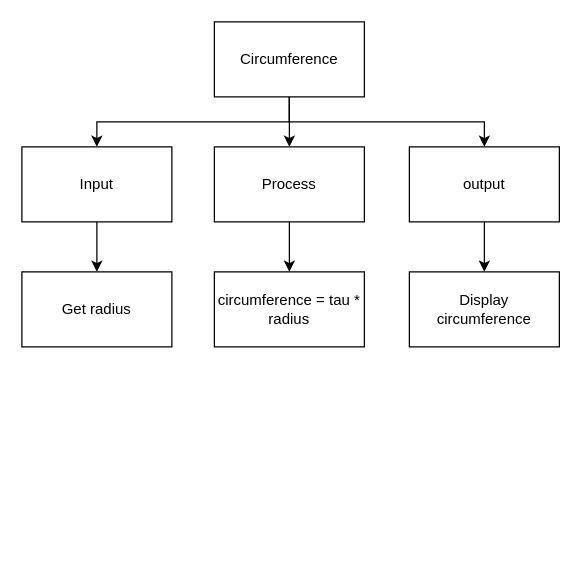
This is page "Top Down" (1 of 2) of design.drawio from Samuel-Webster-178/ICS3U-Unit2-Unit2-04-Python, a draw.io file, before an edit. Source tidied: cells renumbered, new cells numbered last; positions are measured from the earlier drawing's top-left corner, leaving out a move shared by most shapes. Both pictures are drawn from the tidied source at 125%, with x=0, y=0 at pixel (21, 21).
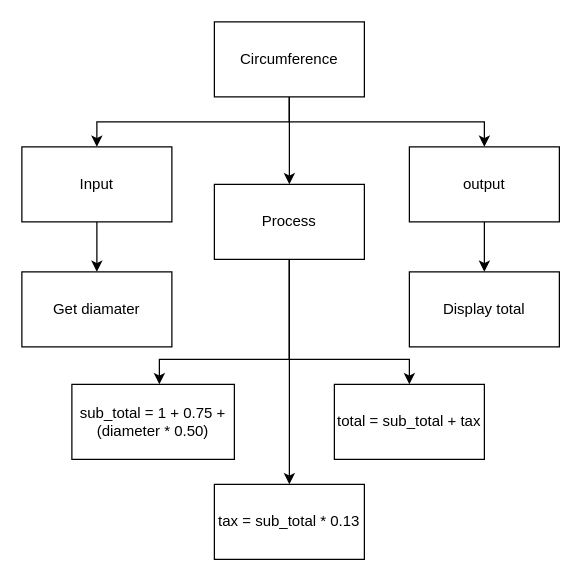
The same diagram, later.

The edit, as a diff of the source:
```diff
@@
     <mxCell id="8" style="edgeStyle=orthogonalEdgeStyle;rounded=0;html=1;" parent="1" edge="1" source="9" target="13">
-      <mxGeometry relative="1" as="geometry" />
+      <mxGeometry relative="1" as="geometry">
+        <Array as="points">
+          <mxPoint x="214" y="270" />
+          <mxPoint x="110" y="270" />
+        </Array>
+      </mxGeometry>
     </mxCell>
+    <mxCell id="15" style="edgeStyle=orthogonalEdgeStyle;html=1;entryX=0.5;entryY=0;entryDx=0;entryDy=0;rounded=0;" parent="1" edge="1" source="9" target="17">
+      <mxGeometry relative="1" as="geometry">
+        <Array as="points">
+          <mxPoint x="214" y="270" />
+          <mxPoint x="310" y="270" />
+        </Array>
+      </mxGeometry>
+    </mxCell>
+    <mxCell id="16" style="edgeStyle=orthogonalEdgeStyle;rounded=0;html=1;" parent="1" edge="1" source="9" target="18">
+      <mxGeometry relative="1" as="geometry" />
+    </mxCell>
     <mxCell id="9" value="Process" style="rounded=0;whiteSpace=wrap;html=1;" parent="1" vertex="1">
-      <mxGeometry x="154" y="100" width="120" height="60" as="geometry" />
+      <mxGeometry x="154" y="130" width="120" height="60" as="geometry" />
     </mxCell>
@@
-    <mxCell id="12" value="Get radius" style="rounded=0;whiteSpace=wrap;html=1;" parent="1" vertex="1">
+    <mxCell id="12" value="Get diamater" style="rounded=0;whiteSpace=wrap;html=1;" parent="1" vertex="1">
       <mxGeometry y="200" width="120" height="60" as="geometry" />
     </mxCell>
-    <mxCell id="13" value="circumference = tau * radius" style="rounded=0;whiteSpace=wrap;html=1;" parent="1" vertex="1">
-      <mxGeometry x="154" y="200" width="120" height="60" as="geometry" />
+    <mxCell id="13" value="sub_total = 1 + 0.75 + (diameter * 0.50)" style="rounded=0;whiteSpace=wrap;html=1;" parent="1" vertex="1">
+      <mxGeometry x="40" y="290" width="130" height="60" as="geometry" />
     </mxCell>
-    <mxCell id="14" value="Display circumference" style="rounded=0;whiteSpace=wrap;html=1;" parent="1" vertex="1">
+    <mxCell id="14" value="Display total" style="rounded=0;whiteSpace=wrap;html=1;" parent="1" vertex="1">
       <mxGeometry x="310" y="200" width="120" height="60" as="geometry" />
     </mxCell>
+    <mxCell id="17" value="total = sub_total + tax" style="rounded=0;whiteSpace=wrap;html=1;" parent="1" vertex="1">
+      <mxGeometry x="250" y="290" width="120" height="60" as="geometry" />
+    </mxCell>
+    <mxCell id="18" value="tax = sub_total * 0.13" style="rounded=0;whiteSpace=wrap;html=1;" parent="1" vertex="1">
+      <mxGeometry x="154" y="370" width="120" height="60" as="geometry" />
+    </mxCell>
```
